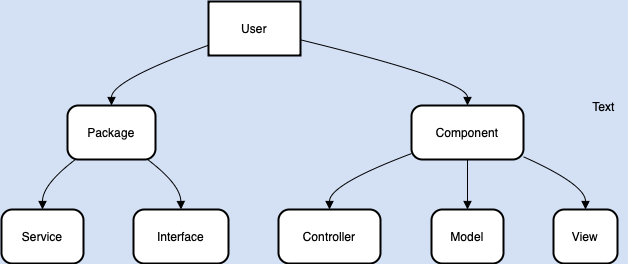
Before: part1/Diagramme sans nom.drawio.png, a diagram exported from draw.io (Iyed13tns/holbertonschool-hbnb). Source tidied: cells renumbered, new cells last; positions are measured from the earlier drawing's top-left corner, leaving out a move shared by most shapes.
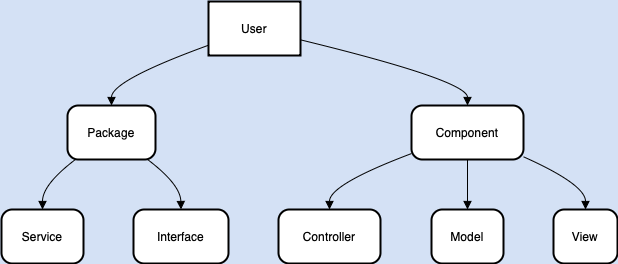
The same diagram one commit later.

Commit message:
Mettre à jour Diagramme sans nom.drawio.png

What changed in the source:
```diff
@@ -71,8 +71,5 @@
         </Array>
       </mxGeometry>
     </mxCell>
-    <mxCell id="17" value="Text" style="text;html=1;align=center;verticalAlign=middle;strokeColor=none;fillColor=none;" parent="1" vertex="1">
-      <mxGeometry x="577" y="90" width="50" height="30" as="geometry" />
-    </mxCell>
   </root>
 </mxGraphModel>
```
